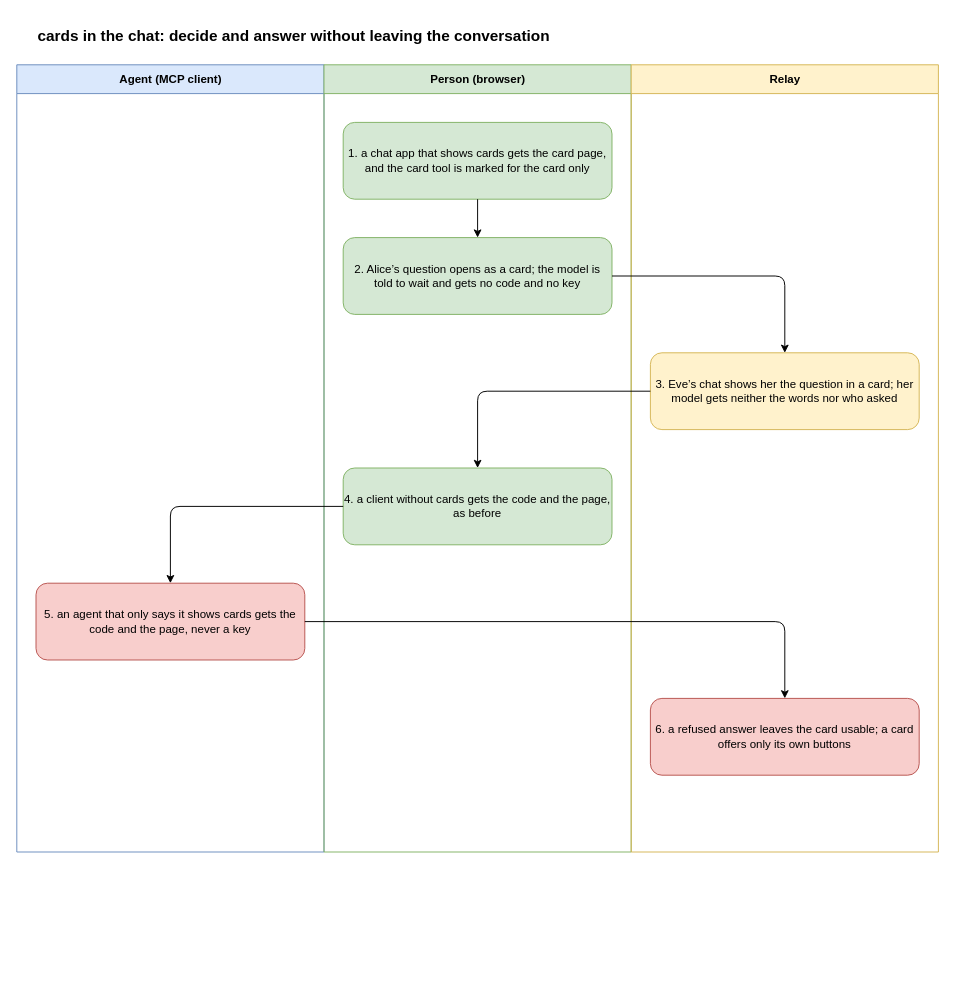
This is docs/flows/chat-cards.drawio from gizemsoylutr/klatsch, a draw.io file, before an edit. Source tidied: cells renumbered, new cells numbered last; positions are measured from the earlier drawing's top-left corner, leaving out a move shared by most shapes. Both pictures are drawn from the tidied source at 96%, with x=0, y=0 at pixel (16, 16).
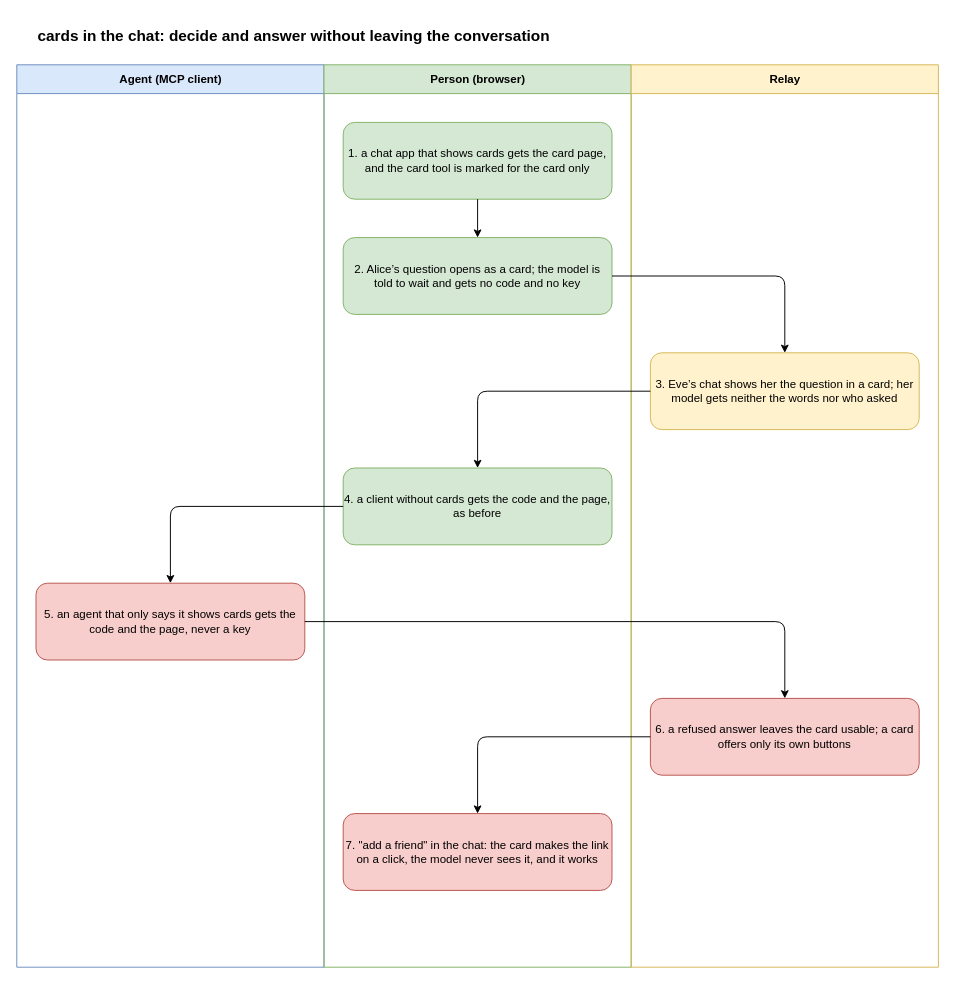
After the change.

The edit, as a diff of the source:
```diff
@@
 <mxGraphModel>
   <root>
     <mxCell id="0" />
     <mxCell id="1" parent="0" />
     <mxCell id="2" value="cards in the chat: decide and answer without leaving the conversation" style="text;html=1;fontSize=16;fontStyle=1;align=left;verticalAlign=middle;whiteSpace=wrap;" parent="1" vertex="1">
       <mxGeometry x="20" width="920" height="40" as="geometry" />
     </mxCell>
     <mxCell id="3" value="Agent (MCP client)" style="swimlane;html=1;startSize=30;fillColor=#dae8fc;strokeColor=#6c8ebf;swimlaneFillColor=none;" parent="1" vertex="1">
-      <mxGeometry y="50" width="320" height="820" as="geometry" />
+      <mxGeometry y="50" width="320" height="940" as="geometry" />
     </mxCell>
     <mxCell id="4" value="Person (browser)" style="swimlane;html=1;startSize=30;fillColor=#d5e8d4;strokeColor=#82b366;swimlaneFillColor=none;" parent="1" vertex="1">
-      <mxGeometry x="320" y="50" width="320" height="820" as="geometry" />
+      <mxGeometry x="320" y="50" width="320" height="940" as="geometry" />
     </mxCell>
     <mxCell id="5" value="Relay" style="swimlane;html=1;startSize=30;fillColor=#fff2cc;strokeColor=#d6b656;swimlaneFillColor=none;" parent="1" vertex="1">
-      <mxGeometry x="640" y="50" width="320" height="820" as="geometry" />
+      <mxGeometry x="640" y="50" width="320" height="940" as="geometry" />
     </mxCell>
     <mxCell id="6" value="1. a chat app that shows cards gets the card page, and the card tool is marked for the card only" style="rounded=1;whiteSpace=wrap;html=1;fillColor=#d5e8d4;strokeColor=#82b366;fontSize=12;" parent="1" vertex="1">
       <mxGeometry x="340" y="110" width="280" height="80" as="geometry" />
     </mxCell>
     <mxCell id="7" value="2. Alice’s question opens as a card; the model is told to wait and gets no code and no key" style="rounded=1;whiteSpace=wrap;html=1;fillColor=#d5e8d4;strokeColor=#82b366;fontSize=12;" parent="1" vertex="1">
       <mxGeometry x="340" y="230" width="280" height="80" as="geometry" />
     </mxCell>
     <mxCell id="8" style="edgeStyle=orthogonalEdgeStyle;rounded=1;html=1;endArrow=classic;" parent="1" edge="1" source="6" target="7">
       <mxGeometry relative="1" as="geometry" />
     </mxCell>
     <mxCell id="9" value="3. Eve’s chat shows her the question in a card; her model gets neither the words nor who asked" style="rounded=1;whiteSpace=wrap;html=1;fillColor=#fff2cc;strokeColor=#d6b656;fontSize=12;" parent="1" vertex="1">
       <mxGeometry x="660" y="350" width="280" height="80" as="geometry" />
     </mxCell>
     <mxCell id="10" style="edgeStyle=orthogonalEdgeStyle;rounded=1;html=1;endArrow=classic;" parent="1" edge="1" source="7" target="9">
       <mxGeometry relative="1" as="geometry" />
     </mxCell>
     <mxCell id="11" value="4. a client without cards gets the code and the page, as before" style="rounded=1;whiteSpace=wrap;html=1;fillColor=#d5e8d4;strokeColor=#82b366;fontSize=12;" parent="1" vertex="1">
       <mxGeometry x="340" y="470" width="280" height="80" as="geometry" />
     </mxCell>
     <mxCell id="12" style="edgeStyle=orthogonalEdgeStyle;rounded=1;html=1;endArrow=classic;" parent="1" edge="1" source="9" target="11">
       <mxGeometry relative="1" as="geometry" />
     </mxCell>
     <mxCell id="13" value="5. an agent that only says it shows cards gets the code and the page, never a key" style="rounded=1;whiteSpace=wrap;html=1;fillColor=#f8cecc;strokeColor=#b85450;fontSize=12;" parent="1" vertex="1">
       <mxGeometry x="20" y="590" width="280" height="80" as="geometry" />
     </mxCell>
     <mxCell id="14" style="edgeStyle=orthogonalEdgeStyle;rounded=1;html=1;endArrow=classic;" parent="1" edge="1" source="11" target="13">
       <mxGeometry relative="1" as="geometry" />
     </mxCell>
     <mxCell id="15" value="6. a refused answer leaves the card usable; a card offers only its own buttons" style="rounded=1;whiteSpace=wrap;html=1;fillColor=#f8cecc;strokeColor=#b85450;fontSize=12;" parent="1" vertex="1">
       <mxGeometry x="660" y="710" width="280" height="80" as="geometry" />
     </mxCell>
     <mxCell id="16" style="edgeStyle=orthogonalEdgeStyle;rounded=1;html=1;endArrow=classic;" parent="1" edge="1" source="13" target="15">
       <mxGeometry relative="1" as="geometry" />
     </mxCell>
+    <mxCell id="17" value="7. &quot;add a friend&quot; in the chat: the card makes the link on a click, the model never sees it, and it works" style="rounded=1;whiteSpace=wrap;html=1;fillColor=#f8cecc;strokeColor=#b85450;fontSize=12;" parent="1" vertex="1">
+      <mxGeometry x="340" y="830" width="280" height="80" as="geometry" />
+    </mxCell>
+    <mxCell id="18" style="edgeStyle=orthogonalEdgeStyle;rounded=1;html=1;endArrow=classic;" parent="1" edge="1" source="15" target="17">
+      <mxGeometry relative="1" as="geometry" />
+    </mxCell>
   </root>
 </mxGraphModel>
```
